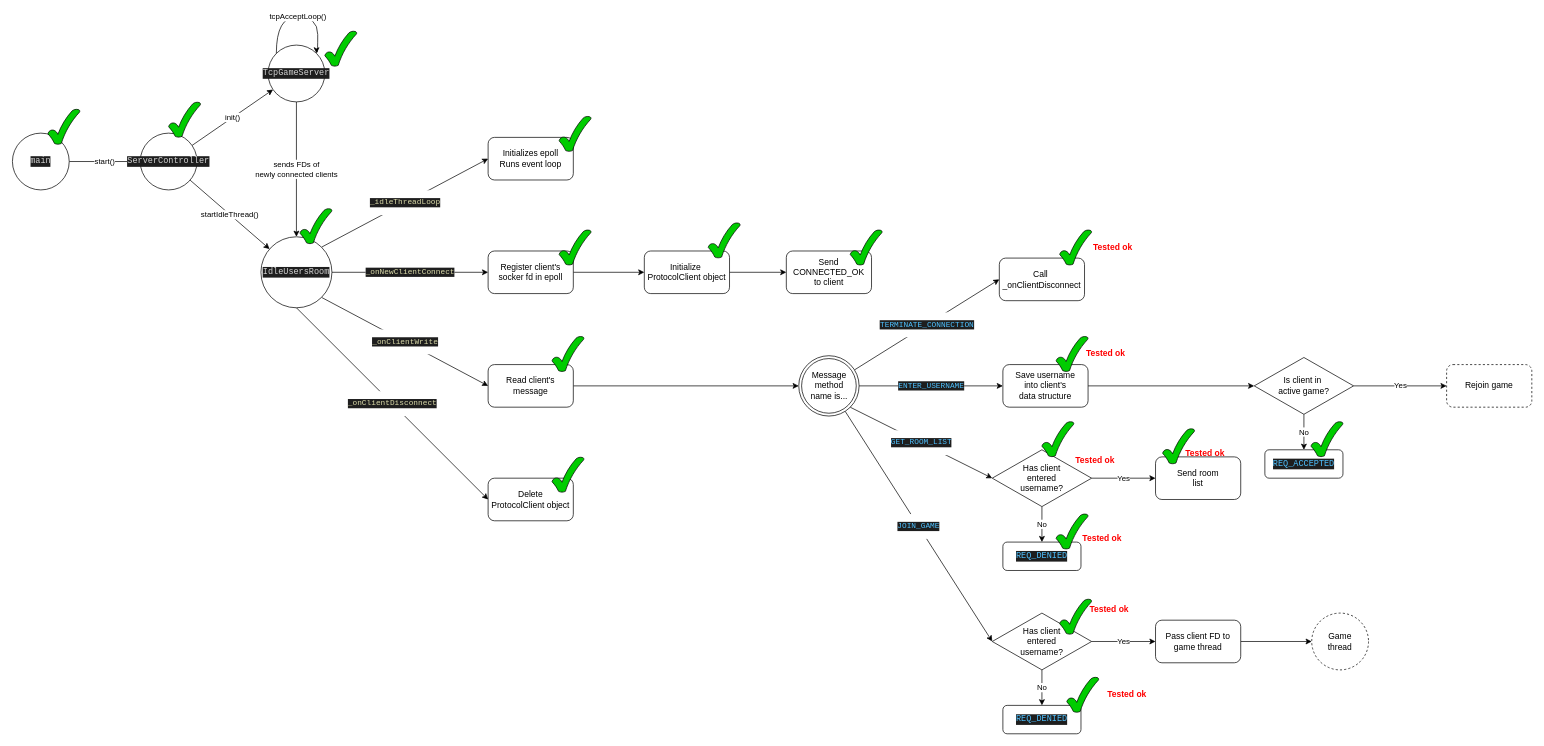
Above: page "Stránka-1" (1 of 2) of doc/server_FSM_graph_v1.1.drawio in jonas-s-s-s/UpsServer (draw.io), before the change. Source tidied: cells renumbered, new cells numbered last; positions are measured from the earlier drawing's top-left corner, leaving out a move shared by most shapes. Both pictures are drawn from the tidied source at 71%, with x=0, y=0 at pixel (12, 16).
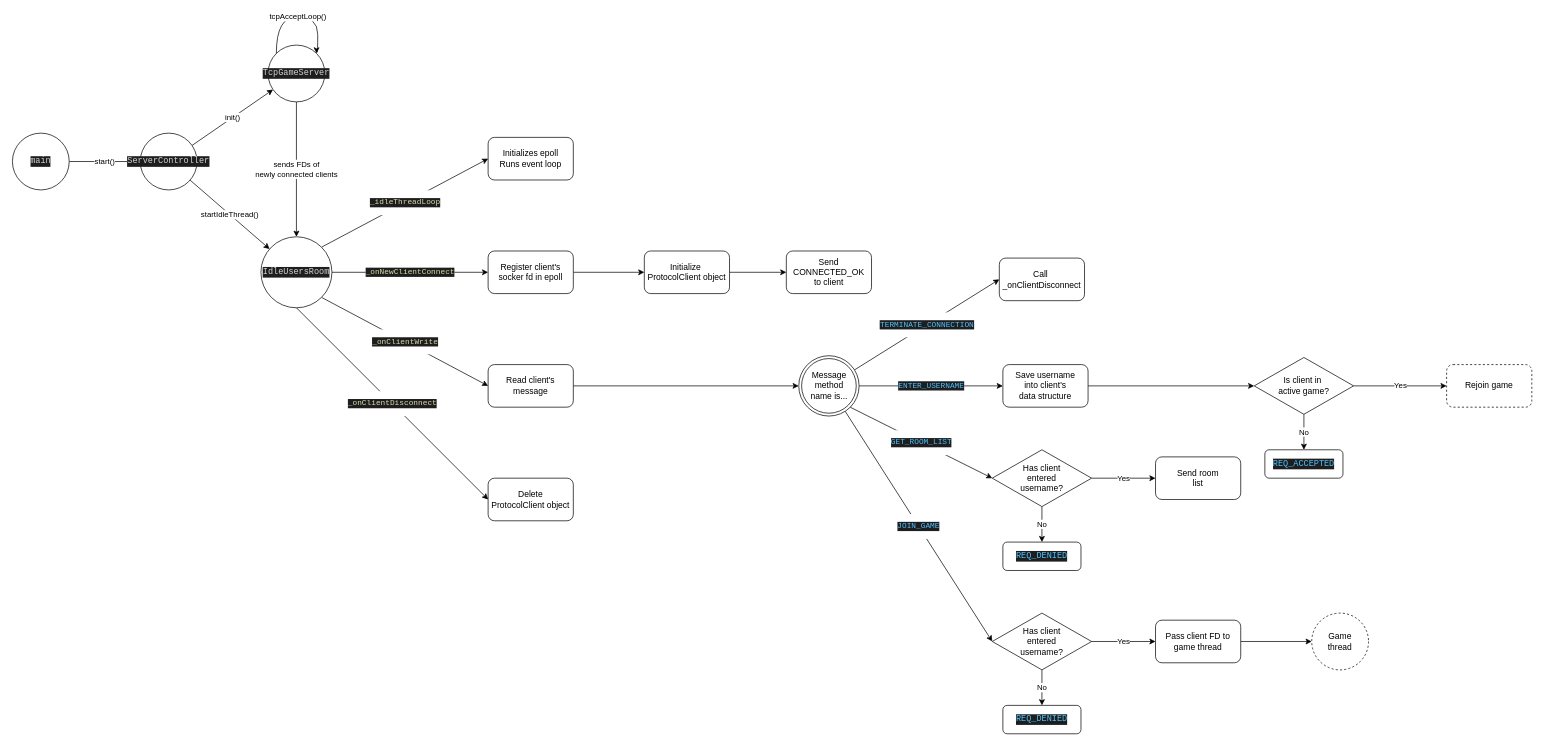
Above is the later version.

Change to the diagram source:
```diff
@@
-    <mxCell id="48" style="verticalLabelPosition=bottom;verticalAlign=top;html=1;shape=mxgraph.basic.tick;fillColor=#00CC00;" parent="1" vertex="1">
-      <mxGeometry x="50" y="130" width="45" height="50" as="geometry" />
-    </mxCell>
-    <mxCell id="49" style="verticalLabelPosition=bottom;verticalAlign=top;html=1;shape=mxgraph.basic.tick;fillColor=#00CC00;" parent="1" vertex="1">
-      <mxGeometry x="220" y="120" width="45" height="50" as="geometry" />
-    </mxCell>
-    <mxCell id="50" style="verticalLabelPosition=bottom;verticalAlign=top;html=1;shape=mxgraph.basic.tick;fillColor=#00CC00;" parent="1" vertex="1">
-      <mxGeometry x="440" y="20" width="45" height="50" as="geometry" />
-    </mxCell>
-    <mxCell id="51" style="verticalLabelPosition=bottom;verticalAlign=top;html=1;shape=mxgraph.basic.tick;fillColor=#00CC00;" parent="1" vertex="1">
-      <mxGeometry x="405" y="270" width="45" height="50" as="geometry" />
-    </mxCell>
-    <mxCell id="52" style="verticalLabelPosition=bottom;verticalAlign=top;html=1;shape=mxgraph.basic.tick;fillColor=#00CC00;" parent="1" vertex="1">
-      <mxGeometry x="770" y="140" width="45" height="50" as="geometry" />
-    </mxCell>
-    <mxCell id="53" style="verticalLabelPosition=bottom;verticalAlign=top;html=1;shape=mxgraph.basic.tick;fillColor=#00CC00;" parent="1" vertex="1">
-      <mxGeometry x="770" y="300" width="45" height="50" as="geometry" />
-    </mxCell>
-    <mxCell id="54" style="verticalLabelPosition=bottom;verticalAlign=top;html=1;shape=mxgraph.basic.tick;fillColor=#00CC00;" parent="1" vertex="1">
-      <mxGeometry x="980" y="290" width="45" height="50" as="geometry" />
-    </mxCell>
-    <mxCell id="55" style="verticalLabelPosition=bottom;verticalAlign=top;html=1;shape=mxgraph.basic.tick;fillColor=#00CC00;" parent="1" vertex="1">
-      <mxGeometry x="1180" y="300" width="45" height="50" as="geometry" />
-    </mxCell>
-    <mxCell id="56" style="verticalLabelPosition=bottom;verticalAlign=top;html=1;shape=mxgraph.basic.tick;fillColor=#00CC00;" parent="1" vertex="1">
-      <mxGeometry x="760" y="620" width="45" height="50" as="geometry" />
-    </mxCell>
-    <mxCell id="57" style="verticalLabelPosition=bottom;verticalAlign=top;html=1;shape=mxgraph.basic.tick;fillColor=#00CC00;" parent="1" vertex="1">
-      <mxGeometry x="760" y="450" width="45" height="50" as="geometry" />
-    </mxCell>
-    <mxCell id="58" style="verticalLabelPosition=bottom;verticalAlign=top;html=1;shape=mxgraph.basic.tick;fillColor=#00CC00;" parent="1" vertex="1">
-      <mxGeometry x="1475" y="300" width="45" height="50" as="geometry" />
-    </mxCell>
-    <mxCell id="59" style="verticalLabelPosition=bottom;verticalAlign=top;html=1;shape=mxgraph.basic.tick;fillColor=#00CC00;" parent="1" vertex="1">
-      <mxGeometry x="1470" y="450" width="45" height="50" as="geometry" />
-    </mxCell>
@@
-    <mxCell id="61" style="verticalLabelPosition=bottom;verticalAlign=top;html=1;shape=mxgraph.basic.tick;fillColor=#00CC00;" parent="1" vertex="1">
-      <mxGeometry x="1829" y="570" width="45" height="50" as="geometry" />
-    </mxCell>
-    <mxCell id="62" style="verticalLabelPosition=bottom;verticalAlign=top;html=1;shape=mxgraph.basic.tick;fillColor=#00CC00;" parent="1" vertex="1">
-      <mxGeometry x="1450" y="570" width="45" height="50" as="geometry" />
-    </mxCell>
-    <mxCell id="63" style="verticalLabelPosition=bottom;verticalAlign=top;html=1;shape=mxgraph.basic.tick;fillColor=#00CC00;" parent="1" vertex="1">
-      <mxGeometry x="1470" y="700" width="45" height="50" as="geometry" />
-    </mxCell>
-    <mxCell id="64" style="verticalLabelPosition=bottom;verticalAlign=top;html=1;shape=mxgraph.basic.tick;fillColor=#00CC00;" parent="1" vertex="1">
-      <mxGeometry x="1475" y="820" width="45" height="50" as="geometry" />
-    </mxCell>
-    <mxCell id="65" style="verticalLabelPosition=bottom;verticalAlign=top;html=1;shape=mxgraph.basic.tick;fillColor=#00CC00;" parent="1" vertex="1">
-      <mxGeometry x="1485" y="930" width="45" height="50" as="geometry" />
-    </mxCell>
-    <mxCell id="66" value="Tested ok" style="text;html=1;strokeColor=none;fillColor=none;align=center;verticalAlign=middle;whiteSpace=wrap;rounded=0;fontStyle=1;fontColor=#FF0000;" parent="1" vertex="1">
-      <mxGeometry x="1520" y="310" width="60" height="30" as="geometry" />
-    </mxCell>
-    <mxCell id="67" value="Tested ok" style="text;html=1;strokeColor=none;fillColor=none;align=center;verticalAlign=middle;whiteSpace=wrap;rounded=0;fontStyle=1;fontColor=#FF0000;" parent="1" vertex="1">
-      <mxGeometry x="1540" y="940" width="60" height="30" as="geometry" />
-    </mxCell>
-    <mxCell id="68" value="Tested ok" style="text;html=1;strokeColor=none;fillColor=none;align=center;verticalAlign=middle;whiteSpace=wrap;rounded=0;fontStyle=1;fontColor=#FF0000;" parent="1" vertex="1">
-      <mxGeometry x="1510" y="460" width="60" height="30" as="geometry" />
-    </mxCell>
-    <mxCell id="69" value="Tested ok" style="text;html=1;strokeColor=none;fillColor=none;align=center;verticalAlign=middle;whiteSpace=wrap;rounded=0;fontStyle=1;fontColor=#FF0000;" parent="1" vertex="1">
-      <mxGeometry x="1495" y="610" width="60" height="30" as="geometry" />
-    </mxCell>
-    <mxCell id="70" value="Tested ok" style="text;html=1;strokeColor=none;fillColor=none;align=center;verticalAlign=middle;whiteSpace=wrap;rounded=0;fontStyle=1;fontColor=#FF0000;" parent="1" vertex="1">
-      <mxGeometry x="1505" y="720" width="60" height="30" as="geometry" />
-    </mxCell>
-    <mxCell id="71" value="Tested ok" style="text;html=1;strokeColor=none;fillColor=none;align=center;verticalAlign=middle;whiteSpace=wrap;rounded=0;fontStyle=1;fontColor=#FF0000;" parent="1" vertex="1">
-      <mxGeometry x="1515" y="820" width="60" height="30" as="geometry" />
-    </mxCell>
-    <mxCell id="72" style="verticalLabelPosition=bottom;verticalAlign=top;html=1;shape=mxgraph.basic.tick;fillColor=#00CC00;" parent="1" vertex="1">
-      <mxGeometry x="1620" y="580" width="45" height="50" as="geometry" />
-    </mxCell>
-    <mxCell id="73" value="Tested ok" style="text;html=1;strokeColor=none;fillColor=none;align=center;verticalAlign=middle;whiteSpace=wrap;rounded=0;fontStyle=1;fontColor=#FF0000;" parent="1" vertex="1">
-      <mxGeometry x="1650" y="600" width="60" height="30" as="geometry" />
-    </mxCell>
```
